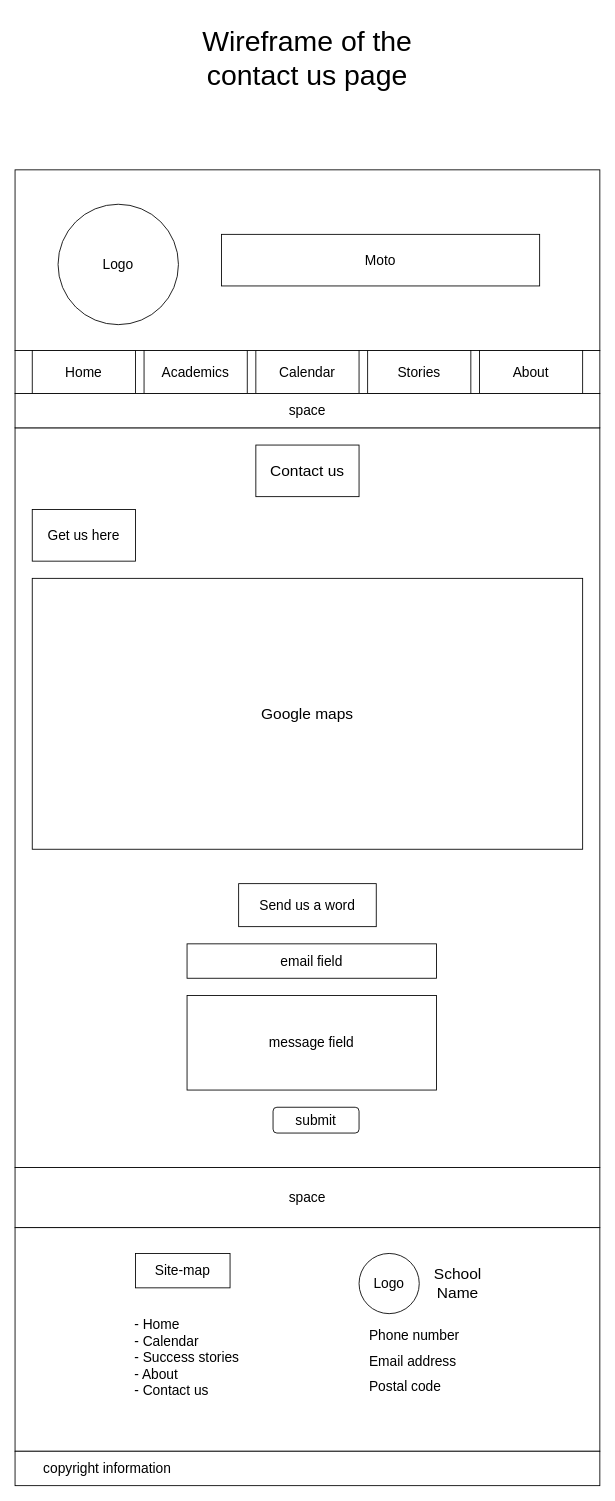
Above: design/contact_us_page_wireframe.drawio in sami-bre/UGR-0848-13 (draw.io), before the change. Source tidied: cells renumbered, new cells numbered last; positions are measured from the earlier drawing's top-left corner, leaving out a move shared by most shapes. Both pictures are drawn from the tidied source at 86%, with x=0, y=0 at pixel (15, 15).
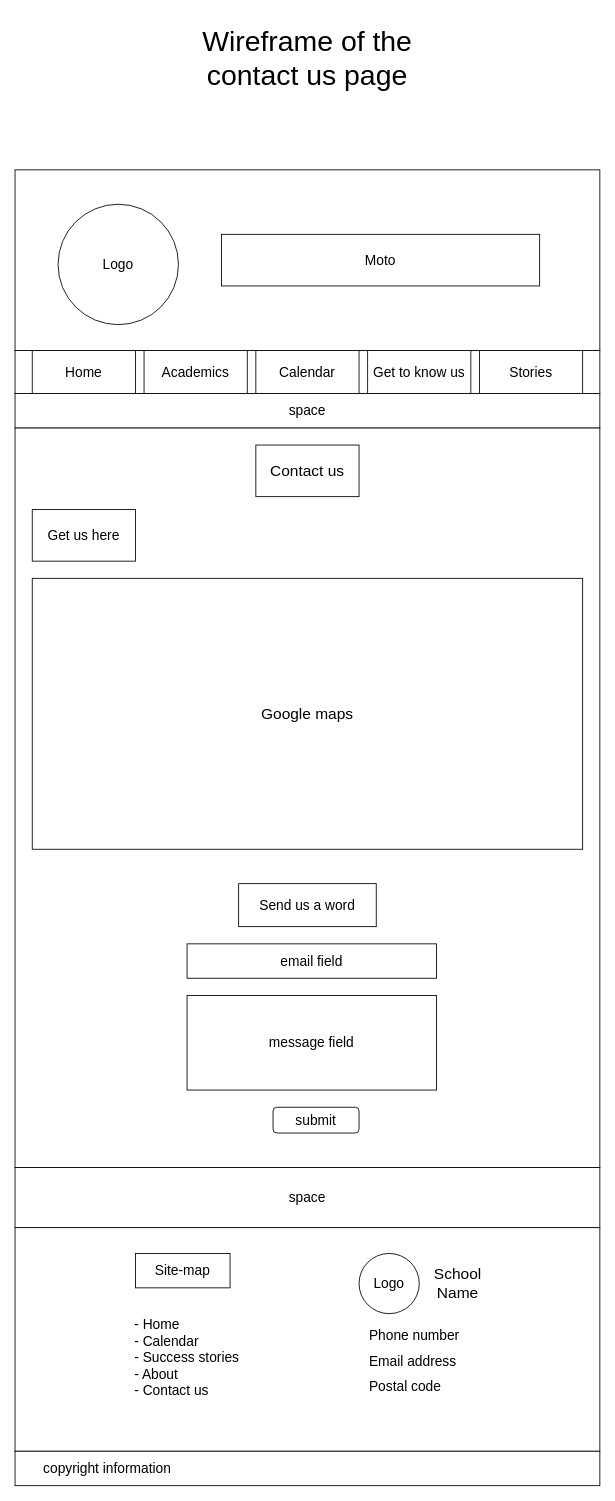
After the change.

Diff of the diagram source:
```diff
@@
-    <mxCell id="10" value="About" style="rounded=0;whiteSpace=wrap;html=1;fontSize=16;" parent="1" vertex="1">
+    <mxCell id="10" value="Stories" style="rounded=0;whiteSpace=wrap;html=1;fontSize=16;" parent="1" vertex="1">
       <mxGeometry x="540" y="390" width="120" height="50" as="geometry" />
     </mxCell>
@@
-    <mxCell id="13" value="Stories" style="rounded=0;whiteSpace=wrap;html=1;fontSize=16;" parent="1" vertex="1">
+    <mxCell id="13" value="Get to know us" style="rounded=0;whiteSpace=wrap;html=1;fontSize=16;" parent="1" vertex="1">
       <mxGeometry x="410" y="390" width="120" height="50" as="geometry" />
     </mxCell>
```
